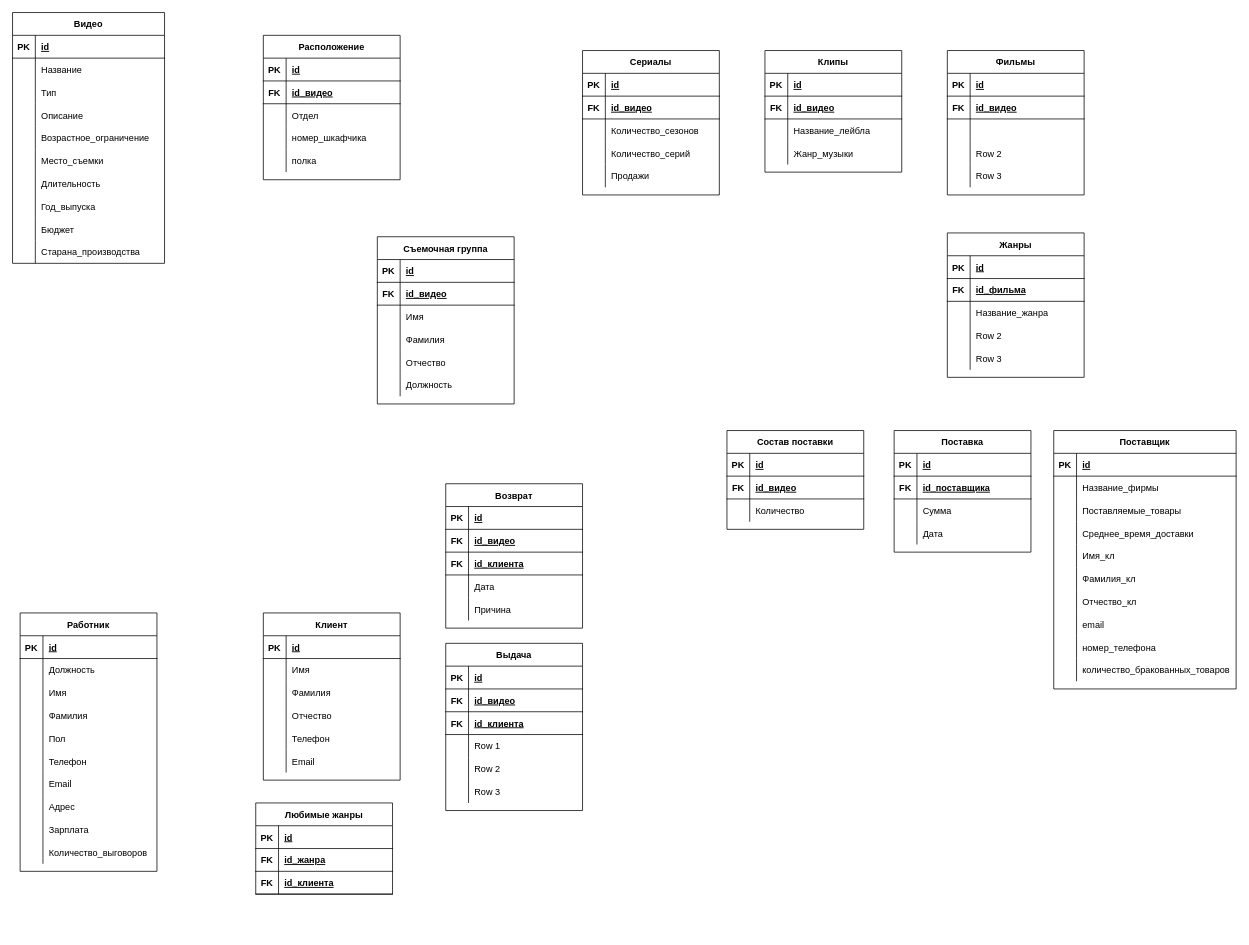
Earlier version of the draw.io diagram er-video-shop.drawio (bonnysid/er-diagram-video-shop). Source tidied: cells renumbered, new cells numbered last; positions are measured from the earlier drawing's top-left corner, leaving out a move shared by most shapes. Both pictures are drawn from the tidied source at 76%, with x=0, y=0 at pixel (12, 12).
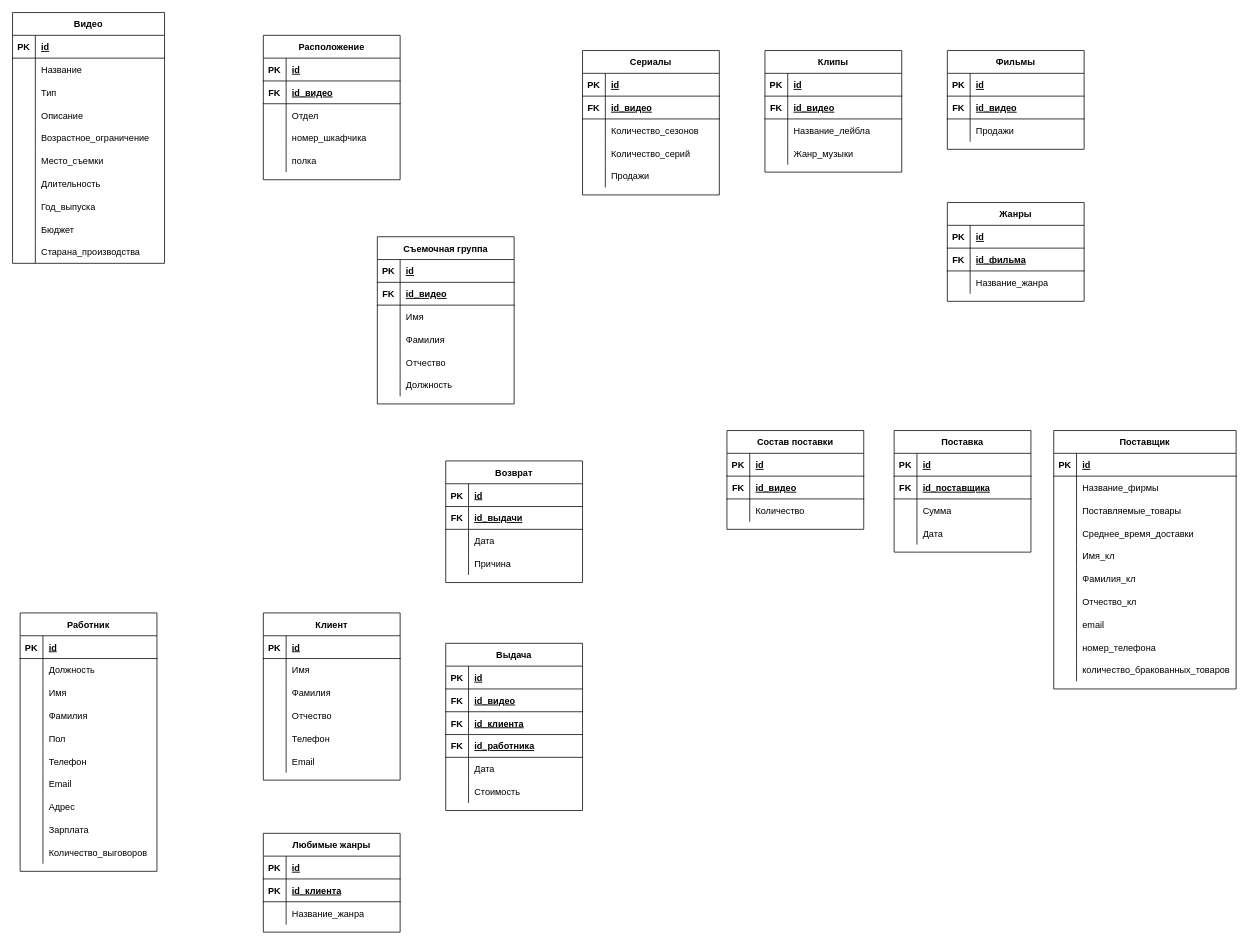
The same diagram, later.

Unchanged cells that the change refers to:
```xml
<mxCell id="104" style="shape=partialRectangle;fillColor=none;top=0;left=0;bottom=0;right=0;" parent="97" vertex="1">
  <mxGeometry y="90" width="180" height="30" as="geometry" />
</mxCell>
<mxCell id="144" value="Выдача" style="shape=table;startSize=30;childLayout=tableLayout;rowLines=0;fontStyle=1;align=center;" parent="1" vertex="1">
  <mxGeometry x="570" y="830" width="180" height="220" as="geometry" />
</mxCell>
```

The edit, as a diff of the source:
```diff
@@
-    <mxCell id="62" value="Возврат" style="shape=table;startSize=30;childLayout=tableLayout;rowLines=0;fontStyle=1;align=center;" parent="1" vertex="1">
-      <mxGeometry x="570" y="620" width="180" height="190" as="geometry" />
-    </mxCell>
-    <mxCell id="63" style="shape=partialRectangle;fillColor=none;top=0;left=0;bottom=1;right=0;" parent="62" vertex="1">
-      <mxGeometry y="30" width="180" height="30" as="geometry" />
-    </mxCell>
-    <mxCell id="64" value="PK" style="shape=partialRectangle;fillColor=none;top=0;left=0;bottom=0;right=0;fontStyle=1;overflow=hidden;" parent="63" vertex="1">
-      <mxGeometry width="30" height="30" as="geometry" />
-    </mxCell>
-    <mxCell id="65" value="id" style="shape=partialRectangle;fillColor=none;top=0;left=0;bottom=0;right=0;align=left;spacingLeft=6;fontStyle=5;overflow=hidden;" parent="63" vertex="1">
-      <mxGeometry x="30" width="150" height="30" as="geometry" />
-    </mxCell>
-    <mxCell id="66" style="shape=partialRectangle;fillColor=none;top=0;left=0;bottom=1;right=0;" parent="62" vertex="1">
-      <mxGeometry y="60" width="180" height="30" as="geometry" />
-    </mxCell>
-    <mxCell id="67" value="FK" style="shape=partialRectangle;fillColor=none;top=0;left=0;bottom=0;right=0;fontStyle=1;overflow=hidden;" parent="66" vertex="1">
-      <mxGeometry width="30" height="30" as="geometry" />
-    </mxCell>
-    <mxCell id="68" value="id_видео" style="shape=partialRectangle;fillColor=none;top=0;left=0;bottom=0;right=0;align=left;spacingLeft=6;fontStyle=5;overflow=hidden;" parent="66" vertex="1">
-      <mxGeometry x="30" width="150" height="30" as="geometry" />
-    </mxCell>
-    <mxCell id="69" style="shape=partialRectangle;fillColor=none;top=0;left=0;bottom=1;right=0;" parent="62" vertex="1">
-      <mxGeometry y="90" width="180" height="30" as="geometry" />
-    </mxCell>
-    <mxCell id="70" value="FK" style="shape=partialRectangle;fillColor=none;top=0;left=0;bottom=0;right=0;fontStyle=1;overflow=hidden;" parent="69" vertex="1">
-      <mxGeometry width="30" height="30" as="geometry" />
-    </mxCell>
-    <mxCell id="71" value="id_клиента" style="shape=partialRectangle;fillColor=none;top=0;left=0;bottom=0;right=0;align=left;spacingLeft=6;fontStyle=5;overflow=hidden;" parent="69" vertex="1">
-      <mxGeometry x="30" width="150" height="30" as="geometry" />
-    </mxCell>
-    <mxCell id="72" style="shape=partialRectangle;fillColor=none;top=0;left=0;bottom=0;right=0;" parent="62" vertex="1">
-      <mxGeometry y="120" width="180" height="30" as="geometry" />
-    </mxCell>
-    <mxCell id="73" style="shape=partialRectangle;fillColor=none;top=0;left=0;bottom=0;right=0;overflow=hidden;" parent="72" vertex="1">
-      <mxGeometry width="30" height="30" as="geometry" />
-    </mxCell>
-    <mxCell id="74" value="Дата" style="shape=partialRectangle;fillColor=none;top=0;left=0;bottom=0;right=0;align=left;spacingLeft=6;overflow=hidden;" parent="72" vertex="1">
-      <mxGeometry x="30" width="150" height="30" as="geometry" />
-    </mxCell>
-    <mxCell id="75" style="shape=partialRectangle;fillColor=none;top=0;left=0;bottom=0;right=0;" parent="62" vertex="1">
-      <mxGeometry y="150" width="180" height="30" as="geometry" />
-    </mxCell>
-    <mxCell id="76" style="shape=partialRectangle;fillColor=none;top=0;left=0;bottom=0;right=0;overflow=hidden;" parent="75" vertex="1">
-      <mxGeometry width="30" height="30" as="geometry" />
-    </mxCell>
-    <mxCell id="77" value="Причина" style="shape=partialRectangle;fillColor=none;top=0;left=0;bottom=0;right=0;align=left;spacingLeft=6;overflow=hidden;" parent="75" vertex="1">
-      <mxGeometry x="30" width="150" height="30" as="geometry" />
-    </mxCell>
@@
     <mxCell id="97" value="Фильмы" style="shape=table;startSize=30;childLayout=tableLayout;rowLines=0;fontStyle=1;align=center;" parent="1" vertex="1">
-      <mxGeometry x="1230" y="50" width="180" height="190" as="geometry" />
+      <mxGeometry x="1230" y="50" width="180" height="130" as="geometry" />
     </mxCell>
@@
-    <mxCell id="106" style="shape=partialRectangle;fillColor=none;top=0;left=0;bottom=0;right=0;align=left;spacingLeft=6;overflow=hidden;" parent="104" vertex="1">
+    <mxCell id="106" value="Продажи" style="shape=partialRectangle;fillColor=none;top=0;left=0;bottom=0;right=0;align=left;spacingLeft=6;overflow=hidden;" parent="104" vertex="1">
       <mxGeometry x="30" width="150" height="30" as="geometry" />
     </mxCell>
-    <mxCell id="107" style="shape=partialRectangle;fillColor=none;top=0;left=0;bottom=0;right=0;" parent="97" vertex="1">
-      <mxGeometry y="120" width="180" height="30" as="geometry" />
-    </mxCell>
-    <mxCell id="108" style="shape=partialRectangle;fillColor=none;top=0;left=0;bottom=0;right=0;overflow=hidden;" parent="107" vertex="1">
-      <mxGeometry width="30" height="30" as="geometry" />
-    </mxCell>
-    <mxCell id="109" value="Row 2" style="shape=partialRectangle;fillColor=none;top=0;left=0;bottom=0;right=0;align=left;spacingLeft=6;overflow=hidden;" parent="107" vertex="1">
-      <mxGeometry x="30" width="150" height="30" as="geometry" />
-    </mxCell>
-    <mxCell id="110" style="shape=partialRectangle;fillColor=none;top=0;left=0;bottom=0;right=0;" parent="97" vertex="1">
-      <mxGeometry y="150" width="180" height="30" as="geometry" />
-    </mxCell>
-    <mxCell id="111" style="shape=partialRectangle;fillColor=none;top=0;left=0;bottom=0;right=0;overflow=hidden;" parent="110" vertex="1">
-      <mxGeometry width="30" height="30" as="geometry" />
-    </mxCell>
-    <mxCell id="112" value="Row 3" style="shape=partialRectangle;fillColor=none;top=0;left=0;bottom=0;right=0;align=left;spacingLeft=6;overflow=hidden;" parent="110" vertex="1">
-      <mxGeometry x="30" width="150" height="30" as="geometry" />
-    </mxCell>
@@
+    <mxCell id="278" style="shape=partialRectangle;fillColor=none;top=0;left=0;bottom=1;right=0;" parent="144" vertex="1">
+      <mxGeometry y="120" width="180" height="30" as="geometry" />
+    </mxCell>
+    <mxCell id="279" value="FK" style="shape=partialRectangle;fillColor=none;top=0;left=0;bottom=0;right=0;fontStyle=1;overflow=hidden;" parent="278" vertex="1">
+      <mxGeometry width="30" height="30" as="geometry" />
+    </mxCell>
+    <mxCell id="280" value="id_работника" style="shape=partialRectangle;fillColor=none;top=0;left=0;bottom=0;right=0;align=left;spacingLeft=6;fontStyle=5;overflow=hidden;" parent="278" vertex="1">
+      <mxGeometry x="30" width="150" height="30" as="geometry" />
+    </mxCell>
     <mxCell id="154" style="shape=partialRectangle;fillColor=none;top=0;left=0;bottom=0;right=0;" parent="144" vertex="1">
-      <mxGeometry y="120" width="180" height="30" as="geometry" />
+      <mxGeometry y="150" width="180" height="30" as="geometry" />
     </mxCell>
@@
-    <mxCell id="156" value="Row 1" style="shape=partialRectangle;fillColor=none;top=0;left=0;bottom=0;right=0;align=left;spacingLeft=6;overflow=hidden;" parent="154" vertex="1">
+    <mxCell id="156" value="Дата" style="shape=partialRectangle;fillColor=none;top=0;left=0;bottom=0;right=0;align=left;spacingLeft=6;overflow=hidden;" parent="154" vertex="1">
       <mxGeometry x="30" width="150" height="30" as="geometry" />
     </mxCell>
     <mxCell id="157" style="shape=partialRectangle;fillColor=none;top=0;left=0;bottom=0;right=0;" parent="144" vertex="1">
-      <mxGeometry y="150" width="180" height="30" as="geometry" />
+      <mxGeometry y="180" width="180" height="30" as="geometry" />
     </mxCell>
@@
-    <mxCell id="159" value="Row 2" style="shape=partialRectangle;fillColor=none;top=0;left=0;bottom=0;right=0;align=left;spacingLeft=6;overflow=hidden;" parent="157" vertex="1">
+    <mxCell id="159" value="Стоимость" style="shape=partialRectangle;fillColor=none;top=0;left=0;bottom=0;right=0;align=left;spacingLeft=6;overflow=hidden;" parent="157" vertex="1">
       <mxGeometry x="30" width="150" height="30" as="geometry" />
     </mxCell>
-    <mxCell id="160" style="shape=partialRectangle;fillColor=none;top=0;left=0;bottom=0;right=0;" parent="144" vertex="1">
-      <mxGeometry y="180" width="180" height="30" as="geometry" />
-    </mxCell>
-    <mxCell id="161" style="shape=partialRectangle;fillColor=none;top=0;left=0;bottom=0;right=0;overflow=hidden;" parent="160" vertex="1">
-      <mxGeometry width="30" height="30" as="geometry" />
-    </mxCell>
-    <mxCell id="162" value="Row 3" style="shape=partialRectangle;fillColor=none;top=0;left=0;bottom=0;right=0;align=left;spacingLeft=6;overflow=hidden;" parent="160" vertex="1">
-      <mxGeometry x="30" width="150" height="30" as="geometry" />
-    </mxCell>
@@
     <mxCell id="205" value="Жанры" style="shape=table;startSize=30;childLayout=tableLayout;rowLines=0;fontStyle=1;align=center;" parent="1" vertex="1">
-      <mxGeometry x="1230" y="290" width="180" height="190" as="geometry" />
+      <mxGeometry x="1230" y="250" width="180" height="130" as="geometry" />
     </mxCell>
@@
-    <mxCell id="215" style="shape=partialRectangle;fillColor=none;top=0;left=0;bottom=0;right=0;" parent="205" vertex="1">
-      <mxGeometry y="120" width="180" height="30" as="geometry" />
-    </mxCell>
-    <mxCell id="216" style="shape=partialRectangle;fillColor=none;top=0;left=0;bottom=0;right=0;overflow=hidden;" parent="215" vertex="1">
-      <mxGeometry width="30" height="30" as="geometry" />
-    </mxCell>
-    <mxCell id="217" value="Row 2" style="shape=partialRectangle;fillColor=none;top=0;left=0;bottom=0;right=0;align=left;spacingLeft=6;overflow=hidden;" parent="215" vertex="1">
-      <mxGeometry x="30" width="150" height="30" as="geometry" />
-    </mxCell>
-    <mxCell id="218" style="shape=partialRectangle;fillColor=none;top=0;left=0;bottom=0;right=0;" parent="205" vertex="1">
-      <mxGeometry y="150" width="180" height="30" as="geometry" />
-    </mxCell>
-    <mxCell id="219" style="shape=partialRectangle;fillColor=none;top=0;left=0;bottom=0;right=0;overflow=hidden;" parent="218" vertex="1">
-      <mxGeometry width="30" height="30" as="geometry" />
-    </mxCell>
-    <mxCell id="220" value="Row 3" style="shape=partialRectangle;fillColor=none;top=0;left=0;bottom=0;right=0;align=left;spacingLeft=6;overflow=hidden;" parent="218" vertex="1">
-      <mxGeometry x="30" width="150" height="30" as="geometry" />
-    </mxCell>
-    <mxCell id="221" value="Любимые жанры" style="shape=table;startSize=30;childLayout=tableLayout;rowLines=0;fontStyle=1;align=center;" parent="1" vertex="1">
-      <mxGeometry x="320" y="1040" width="180" height="120" as="geometry" />
-    </mxCell>
-    <mxCell id="222" style="shape=partialRectangle;fillColor=none;top=0;left=0;bottom=1;right=0;" parent="221" vertex="1">
-      <mxGeometry y="30" width="180" height="30" as="geometry" />
-    </mxCell>
-    <mxCell id="223" value="PK" style="shape=partialRectangle;fillColor=none;top=0;left=0;bottom=0;right=0;fontStyle=1;overflow=hidden;" parent="222" vertex="1">
-      <mxGeometry width="30" height="30" as="geometry" />
-    </mxCell>
-    <mxCell id="224" value="id" style="shape=partialRectangle;fillColor=none;top=0;left=0;bottom=0;right=0;align=left;spacingLeft=6;fontStyle=5;overflow=hidden;" parent="222" vertex="1">
-      <mxGeometry x="30" width="150" height="30" as="geometry" />
-    </mxCell>
-    <mxCell id="225" style="shape=partialRectangle;fillColor=none;top=0;left=0;bottom=1;right=0;" parent="221" vertex="1">
-      <mxGeometry y="60" width="180" height="30" as="geometry" />
-    </mxCell>
-    <mxCell id="226" value="FK" style="shape=partialRectangle;fillColor=none;top=0;left=0;bottom=0;right=0;fontStyle=1;overflow=hidden;" parent="225" vertex="1">
-      <mxGeometry width="30" height="30" as="geometry" />
-    </mxCell>
-    <mxCell id="227" value="id_жанра" style="shape=partialRectangle;fillColor=none;top=0;left=0;bottom=0;right=0;align=left;spacingLeft=6;fontStyle=5;overflow=hidden;" parent="225" vertex="1">
-      <mxGeometry x="30" width="150" height="30" as="geometry" />
-    </mxCell>
-    <mxCell id="228" style="shape=partialRectangle;fillColor=none;top=0;left=0;bottom=1;right=0;" parent="221" vertex="1">
-      <mxGeometry y="90" width="180" height="30" as="geometry" />
-    </mxCell>
-    <mxCell id="229" value="FK" style="shape=partialRectangle;fillColor=none;top=0;left=0;bottom=0;right=0;fontStyle=1;overflow=hidden;" parent="228" vertex="1">
-      <mxGeometry width="30" height="30" as="geometry" />
-    </mxCell>
-    <mxCell id="230" value="id_клиента" style="shape=partialRectangle;fillColor=none;top=0;left=0;bottom=0;right=0;align=left;spacingLeft=6;fontStyle=5;overflow=hidden;" parent="228" vertex="1">
-      <mxGeometry x="30" width="150" height="30" as="geometry" />
-    </mxCell>
@@
+    <mxCell id="62" value="Возврат" style="shape=table;startSize=30;childLayout=tableLayout;rowLines=0;fontStyle=1;align=center;" parent="1" vertex="1">
+      <mxGeometry x="570" y="590" width="180" height="160" as="geometry" />
+    </mxCell>
+    <mxCell id="63" style="shape=partialRectangle;fillColor=none;top=0;left=0;bottom=1;right=0;" parent="62" vertex="1">
+      <mxGeometry y="30" width="180" height="30" as="geometry" />
+    </mxCell>
+    <mxCell id="64" value="PK" style="shape=partialRectangle;fillColor=none;top=0;left=0;bottom=0;right=0;fontStyle=1;overflow=hidden;" parent="63" vertex="1">
+      <mxGeometry width="30" height="30" as="geometry" />
+    </mxCell>
+    <mxCell id="65" value="id" style="shape=partialRectangle;fillColor=none;top=0;left=0;bottom=0;right=0;align=left;spacingLeft=6;fontStyle=5;overflow=hidden;" parent="63" vertex="1">
+      <mxGeometry x="30" width="150" height="30" as="geometry" />
+    </mxCell>
+    <mxCell id="66" style="shape=partialRectangle;fillColor=none;top=0;left=0;bottom=1;right=0;" parent="62" vertex="1">
+      <mxGeometry y="60" width="180" height="30" as="geometry" />
+    </mxCell>
+    <mxCell id="67" value="FK" style="shape=partialRectangle;fillColor=none;top=0;left=0;bottom=0;right=0;fontStyle=1;overflow=hidden;" parent="66" vertex="1">
+      <mxGeometry width="30" height="30" as="geometry" />
+    </mxCell>
+    <mxCell id="68" value="id_выдачи" style="shape=partialRectangle;fillColor=none;top=0;left=0;bottom=0;right=0;align=left;spacingLeft=6;fontStyle=5;overflow=hidden;" parent="66" vertex="1">
+      <mxGeometry x="30" width="150" height="30" as="geometry" />
+    </mxCell>
+    <mxCell id="72" style="shape=partialRectangle;fillColor=none;top=0;left=0;bottom=0;right=0;" parent="62" vertex="1">
+      <mxGeometry y="90" width="180" height="30" as="geometry" />
+    </mxCell>
+    <mxCell id="73" style="shape=partialRectangle;fillColor=none;top=0;left=0;bottom=0;right=0;overflow=hidden;" parent="72" vertex="1">
+      <mxGeometry width="30" height="30" as="geometry" />
+    </mxCell>
+    <mxCell id="74" value="Дата" style="shape=partialRectangle;fillColor=none;top=0;left=0;bottom=0;right=0;align=left;spacingLeft=6;overflow=hidden;" parent="72" vertex="1">
+      <mxGeometry x="30" width="150" height="30" as="geometry" />
+    </mxCell>
+    <mxCell id="75" style="shape=partialRectangle;fillColor=none;top=0;left=0;bottom=0;right=0;" parent="62" vertex="1">
+      <mxGeometry y="120" width="180" height="30" as="geometry" />
+    </mxCell>
+    <mxCell id="76" style="shape=partialRectangle;fillColor=none;top=0;left=0;bottom=0;right=0;overflow=hidden;" parent="75" vertex="1">
+      <mxGeometry width="30" height="30" as="geometry" />
+    </mxCell>
+    <mxCell id="77" value="Причина" style="shape=partialRectangle;fillColor=none;top=0;left=0;bottom=0;right=0;align=left;spacingLeft=6;overflow=hidden;" parent="75" vertex="1">
+      <mxGeometry x="30" width="150" height="30" as="geometry" />
+    </mxCell>
+    <mxCell id="221" value="Любимые жанры" style="shape=table;startSize=30;childLayout=tableLayout;rowLines=0;fontStyle=1;align=center;" parent="1" vertex="1">
+      <mxGeometry x="330" y="1080" width="180" height="130" as="geometry" />
+    </mxCell>
+    <mxCell id="222" style="shape=partialRectangle;fillColor=none;top=0;left=0;bottom=1;right=0;" parent="221" vertex="1">
+      <mxGeometry y="30" width="180" height="30" as="geometry" />
+    </mxCell>
+    <mxCell id="281" value="PK" style="shape=partialRectangle;fillColor=none;top=0;left=0;bottom=0;right=0;fontStyle=1;overflow=hidden;" parent="222" vertex="1">
+      <mxGeometry width="30" height="30" as="geometry" />
+    </mxCell>
+    <mxCell id="224" value="id" style="shape=partialRectangle;fillColor=none;top=0;left=0;bottom=0;right=0;align=left;spacingLeft=6;fontStyle=5;overflow=hidden;" parent="222" vertex="1">
+      <mxGeometry x="30" width="150" height="30" as="geometry" />
+    </mxCell>
+    <mxCell id="225" style="shape=partialRectangle;fillColor=none;top=0;left=0;bottom=1;right=0;" parent="221" vertex="1">
+      <mxGeometry y="60" width="180" height="30" as="geometry" />
+    </mxCell>
+    <mxCell id="282" value="PK" style="shape=partialRectangle;fillColor=none;top=0;left=0;bottom=0;right=0;fontStyle=1;overflow=hidden;" parent="225" vertex="1">
+      <mxGeometry width="30" height="30" as="geometry" />
+    </mxCell>
+    <mxCell id="283" value="id_клиента" style="shape=partialRectangle;fillColor=none;top=0;left=0;bottom=0;right=0;align=left;spacingLeft=6;fontStyle=5;overflow=hidden;" parent="225" vertex="1">
+      <mxGeometry x="30" width="150" height="30" as="geometry" />
+    </mxCell>
+    <mxCell id="284" style="shape=partialRectangle;fillColor=none;top=0;left=0;bottom=0;right=0;" parent="221" vertex="1">
+      <mxGeometry y="90" width="180" height="30" as="geometry" />
+    </mxCell>
+    <mxCell id="285" style="shape=partialRectangle;fillColor=none;top=0;left=0;bottom=0;right=0;overflow=hidden;" parent="284" vertex="1">
+      <mxGeometry width="30" height="30" as="geometry" />
+    </mxCell>
+    <mxCell id="286" value="Название_жанра" style="shape=partialRectangle;fillColor=none;top=0;left=0;bottom=0;right=0;align=left;spacingLeft=6;overflow=hidden;" parent="284" vertex="1">
+      <mxGeometry x="30" width="150" height="30" as="geometry" />
+    </mxCell>
```
